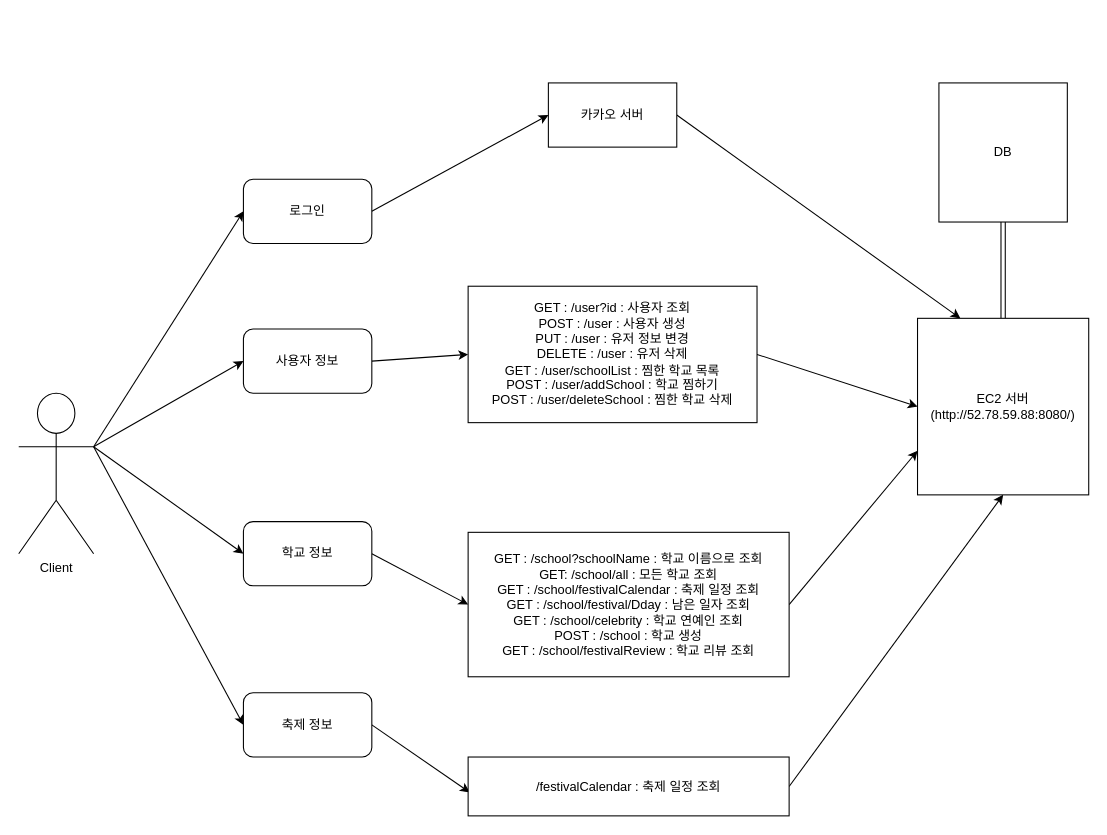
Above: unifesta.drawio in Jake-huen/Unifesta-backend (draw.io), before the change. Source tidied: cells renumbered, new cells numbered last; positions are measured from the earlier drawing's top-left corner, leaving out a move shared by most shapes. Both pictures are drawn from the tidied source at 107%, with x=0, y=0 at pixel (18, 82).
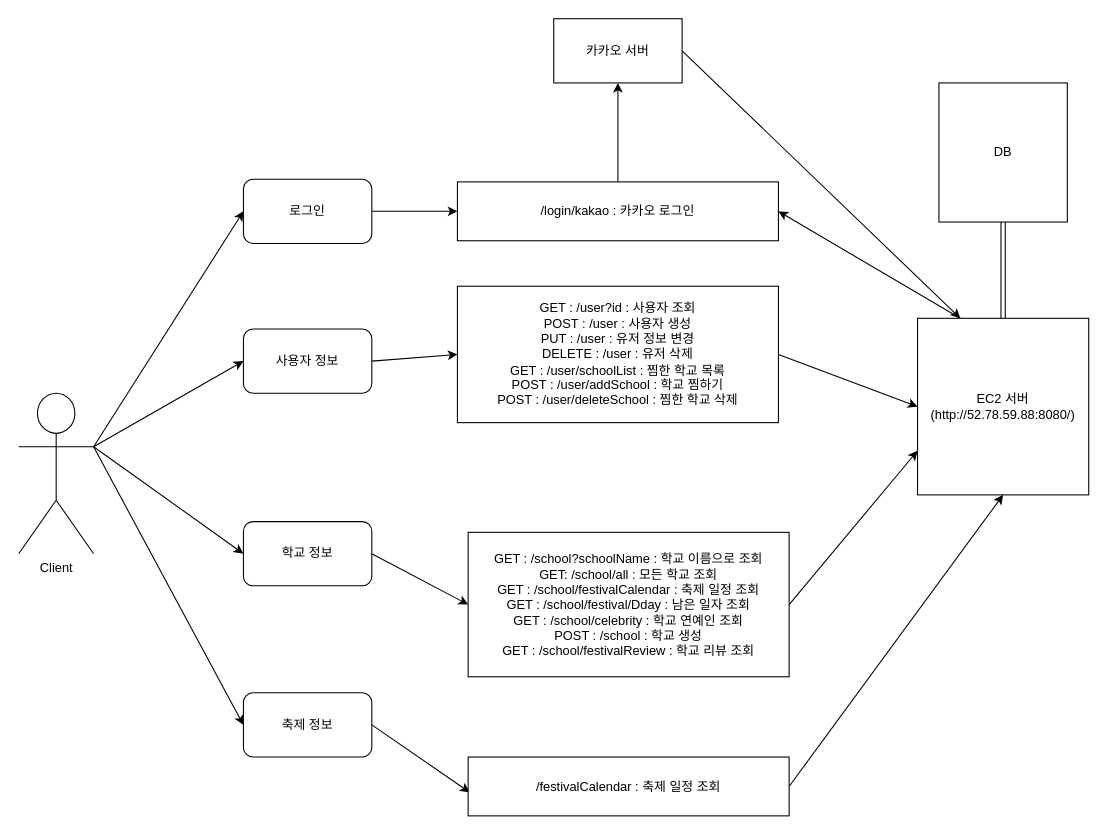
The same diagram, later.

The change refers to these unchanged cells:
```xml
<mxCell id="10" value="로그인" style="rounded=1;whiteSpace=wrap;html=1;" parent="1" vertex="1">
  <mxGeometry x="210" y="90" width="120" height="60" as="geometry" />
</mxCell>
<mxCell id="19" value="EC2 서버&lt;br&gt;(http://52.78.59.88:8080/)" style="rounded=0;whiteSpace=wrap;html=1;" parent="1" vertex="1">
  <mxGeometry x="840" y="220" width="160" height="165" as="geometry" />
</mxCell>
```

The edit, as a diff of the source:
```diff
@@
-    <mxCell id="9" style="rounded=0;jettySize=auto;html=1;exitX=1;exitY=0.5;exitDx=0;exitDy=0;entryX=0;entryY=0.5;entryDx=0;entryDy=0;" parent="1" edge="1" source="10" target="16">
-      <mxGeometry relative="1" as="geometry" />
-    </mxCell>
+    <mxCell id="26" style="edgeStyle=none;rounded=0;jettySize=auto;html=1;exitX=1;exitY=0.5;exitDx=0;exitDy=0;entryX=0;entryY=0.5;entryDx=0;entryDy=0;" parent="1" edge="1" source="10" target="29">
+      <mxGeometry relative="1" as="geometry" />
+    </mxCell>
@@
     <mxCell id="16" value="카카오 서버" style="rounded=0;whiteSpace=wrap;html=1;" parent="1" vertex="1">
-      <mxGeometry x="495" width="120" height="60" as="geometry" />
+      <mxGeometry x="500" y="-60" width="120" height="60" as="geometry" />
     </mxCell>
@@
+    <mxCell id="27" style="edgeStyle=none;rounded=0;jettySize=auto;html=1;exitX=0.25;exitY=0;exitDx=0;exitDy=0;entryX=1;entryY=0.5;entryDx=0;entryDy=0;" parent="1" edge="1" source="19" target="29">
+      <mxGeometry relative="1" as="geometry" />
+    </mxCell>
@@
     <mxCell id="21" value="GET : /user?id : 사용자 조회&lt;br&gt;POST : /user : 사용자 생성&lt;br&gt;PUT : /user : 유저 정보 변경&lt;br&gt;DELETE : /user : 유저 삭제&lt;br&gt;GET : /user/schoolList : 찜한 학교 목록&lt;br&gt;POST : /user/addSchool : 학교 찜하기&lt;br&gt;POST : /user/deleteSchool : 찜한 학교 삭제" style="rounded=0;whiteSpace=wrap;html=1;" parent="1" vertex="1">
-      <mxGeometry x="420" y="190" width="270" height="127.5" as="geometry" />
+      <mxGeometry x="410" y="190" width="300" height="127.5" as="geometry" />
     </mxCell>
@@
+    <mxCell id="28" style="edgeStyle=none;rounded=0;jettySize=auto;html=1;exitX=0.5;exitY=0;exitDx=0;exitDy=0;entryX=0.5;entryY=1;entryDx=0;entryDy=0;" parent="1" edge="1" source="29" target="16">
+      <mxGeometry relative="1" as="geometry" />
+    </mxCell>
+    <mxCell id="29" value="/login/kakao : 카카오 로그인" style="rounded=0;whiteSpace=wrap;html=1;" parent="1" vertex="1">
+      <mxGeometry x="410" y="92.5" width="300" height="55" as="geometry" />
+    </mxCell>
```
